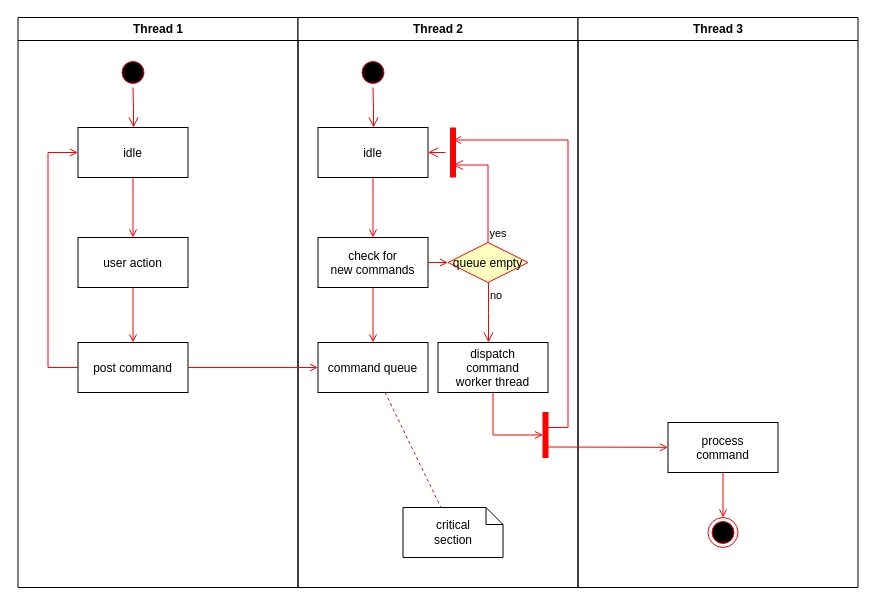
BrennoA/Diagram-de-atividades keeps this draw.io diagram as Diagrama sem nome.drawio. Above is the earlier version. Source tidied: cells renumbered, new cells numbered last; positions are measured from the earlier drawing's top-left corner, leaving out a move shared by most shapes. Both pictures are drawn from the tidied source at 100%, with x=0, y=0 at pixel (17, 17).
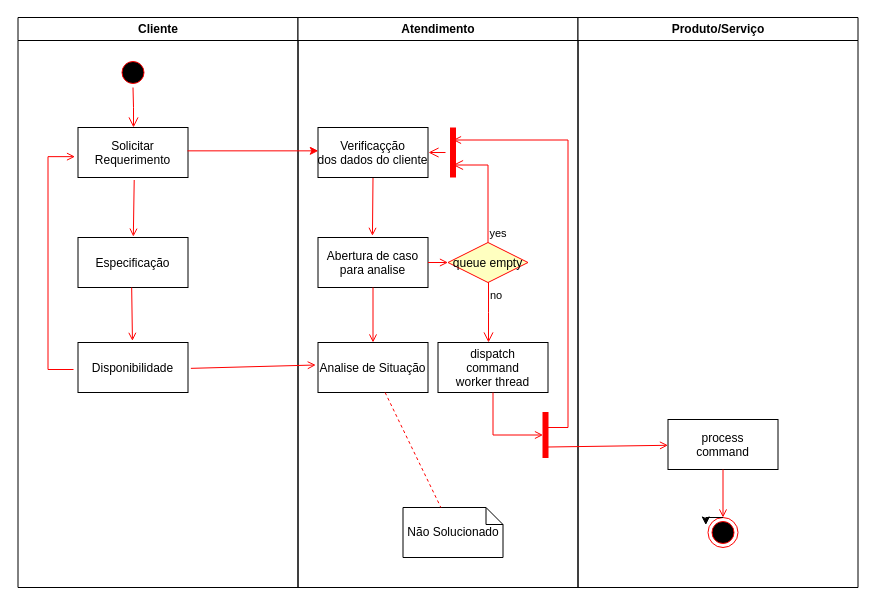
The same diagram, later.

The change refers to these unchanged cells:
```xml
<mxCell id="23" style="shape=line;strokeWidth=6;strokeColor=#ff0000;rotation=90;" parent="11" vertex="1">
  <mxGeometry x="130" y="127.5" width="50" height="15" as="geometry" />
</mxCell>
<mxCell id="34" style="ellipse;shape=endState;fillColor=#000000;strokeColor=#ff0000;" parent="30" vertex="1">
  <mxGeometry x="130" y="500" width="30" height="30" as="geometry" />
</mxCell>
```

The edit, as a diff of the source:
```diff
@@
-    <mxCell id="2" value="Thread 1" style="swimlane;whiteSpace=wrap;" parent="1" vertex="1">
+    <mxCell id="2" value="Cliente" style="swimlane;whiteSpace=wrap;" parent="1" vertex="1">
       <mxGeometry x="0.5" width="280" height="570" as="geometry" />
     </mxCell>
@@
-    <mxCell id="5" value="idle" parent="2" vertex="1">
+    <mxCell id="5" value="Solicitar&#10;Requerimento" parent="2" vertex="1">
       <mxGeometry x="60" y="110" width="110" height="50" as="geometry" />
     </mxCell>
-    <mxCell id="6" value="user action" parent="2" vertex="1">
+    <mxCell id="6" value="Especificação" parent="2" vertex="1">
       <mxGeometry x="60" y="220" width="110" height="50" as="geometry" />
     </mxCell>
-    <mxCell id="7" style="endArrow=open;strokeColor=#FF0000;endFill=1;rounded=0;" parent="2" edge="1" source="5" target="6">
+    <mxCell id="7" style="endArrow=open;strokeColor=#FF0000;endFill=1;rounded=0;entryX=0.503;entryY=-0.017;entryDx=0;entryDy=0;entryPerimeter=0;exitX=0.511;exitY=1.05;exitDx=0;exitDy=0;exitPerimeter=0;" parent="2" edge="1" source="5" target="6">
       <mxGeometry relative="1" as="geometry" />
     </mxCell>
-    <mxCell id="8" value="post command" parent="2" vertex="1">
+    <mxCell id="8" value="Disponibilidade" parent="2" vertex="1">
       <mxGeometry x="60" y="325" width="110" height="50" as="geometry" />
     </mxCell>
-    <mxCell id="9" style="endArrow=open;strokeColor=#FF0000;endFill=1;rounded=0;" parent="2" edge="1" source="6" target="8">
+    <mxCell id="9" style="endArrow=open;strokeColor=#FF0000;endFill=1;rounded=0;entryX=0.495;entryY=-0.033;entryDx=0;entryDy=0;entryPerimeter=0;exitX=0.488;exitY=1;exitDx=0;exitDy=0;exitPerimeter=0;" parent="2" edge="1" source="6" target="8">
       <mxGeometry relative="1" as="geometry" />
     </mxCell>
-    <mxCell id="10" style="edgeStyle=elbowEdgeStyle;elbow=horizontal;strokeColor=#FF0000;endArrow=open;endFill=1;rounded=0;" parent="2" edge="1" source="8" target="5">
+    <mxCell id="10" style="edgeStyle=elbowEdgeStyle;elbow=horizontal;strokeColor=#FF0000;endArrow=open;endFill=1;rounded=0;entryX=-0.027;entryY=0.583;entryDx=0;entryDy=0;entryPerimeter=0;" parent="2" edge="1" target="5">
       <mxGeometry relative="1" as="geometry">
+        <mxPoint x="55.5" y="352" as="sourcePoint" />
         <Array as="points">
           <mxPoint x="30" y="250" />
         </Array>
       </mxGeometry>
     </mxCell>
-    <mxCell id="11" value="Thread 2" style="swimlane;whiteSpace=wrap;" parent="1" vertex="1">
+    <mxCell id="11" value="Atendimento" style="swimlane;whiteSpace=wrap;" parent="1" vertex="1">
       <mxGeometry x="280.5" width="280" height="570" as="geometry" />
     </mxCell>
-    <mxCell id="12" style="ellipse;shape=startState;fillColor=#000000;strokeColor=#ff0000;" parent="11" vertex="1">
-      <mxGeometry x="60" y="40" width="30" height="30" as="geometry" />
-    </mxCell>
-    <mxCell id="13" style="edgeStyle=elbowEdgeStyle;elbow=horizontal;verticalAlign=bottom;endArrow=open;endSize=8;strokeColor=#FF0000;endFill=1;rounded=0;" parent="11" edge="1" source="12" target="14">
-      <mxGeometry x="40" y="20" as="geometry" />
-    </mxCell>
-    <mxCell id="14" value="idle" parent="11" vertex="1">
-      <mxGeometry x="20" y="110" width="110" height="50" as="geometry" />
-    </mxCell>
-    <mxCell id="15" value="check for &#10;new commands" parent="11" vertex="1">
+    <mxCell id="15" value="Abertura de caso&#10;para analise" parent="11" vertex="1">
       <mxGeometry x="20" y="220" width="110" height="50" as="geometry" />
     </mxCell>
-    <mxCell id="16" style="endArrow=open;strokeColor=#FF0000;endFill=1;rounded=0;" parent="11" edge="1" source="14" target="15">
+    <mxCell id="16" style="endArrow=open;strokeColor=#FF0000;endFill=1;rounded=0;exitX=0.5;exitY=1;exitDx=0;exitDy=0;exitPerimeter=0;entryX=0.495;entryY=-0.033;entryDx=0;entryDy=0;entryPerimeter=0;" parent="11" edge="1" source="37" target="15">
       <mxGeometry relative="1" as="geometry" />
     </mxCell>
-    <mxCell id="17" value="command queue" parent="11" vertex="1">
+    <mxCell id="17" value="Analise de Situação" parent="11" vertex="1">
       <mxGeometry x="20" y="325" width="110" height="50" as="geometry" />
     </mxCell>
@@
-    <mxCell id="24" style="edgeStyle=elbowEdgeStyle;elbow=horizontal;verticalAlign=bottom;endArrow=open;endSize=8;strokeColor=#FF0000;endFill=1;rounded=0;" parent="11" edge="1" source="23" target="14">
-      <mxGeometry x="130" y="90" as="geometry" />
+    <mxCell id="24" style="edgeStyle=elbowEdgeStyle;elbow=horizontal;verticalAlign=bottom;endArrow=open;endSize=8;strokeColor=#FF0000;endFill=1;rounded=0;" parent="11" edge="1" source="23">
+      <mxGeometry x="130" y="90" as="geometry">
+        <mxPoint x="130" y="135" as="targetPoint" />
+      </mxGeometry>
     </mxCell>
@@
-    <mxCell id="26" value="critical&#10;section" style="shape=note;whiteSpace=wrap;size=17;" parent="11" vertex="1">
+    <mxCell id="26" value="Não Solucionado" style="shape=note;whiteSpace=wrap;size=17;" parent="11" vertex="1">
       <mxGeometry x="105" y="490" width="100" height="50" as="geometry" />
     </mxCell>
@@
+    <mxCell id="37" value="Verificaçção&#10;dos dados do cliente" style="fillColor=rgb(255, 255, 255);strokeColor=rgb(0, 0, 0);fontColor=rgb(0, 0, 0);" parent="11" vertex="1">
+      <mxGeometry x="20" y="110" width="110" height="50" as="geometry" />
+    </mxCell>
-    <mxCell id="30" value="Thread 3" style="swimlane;whiteSpace=wrap;" parent="1" vertex="1">
+    <mxCell id="30" value="Produto/Serviço" style="swimlane;whiteSpace=wrap;" parent="1" vertex="1">
       <mxGeometry x="560.5" width="280" height="570" as="geometry" />
     </mxCell>
     <mxCell id="31" value="process&#10;command" parent="30" vertex="1">
-      <mxGeometry x="90" y="405" width="110" height="50" as="geometry" />
+      <mxGeometry x="90" y="402" width="110" height="50" as="geometry" />
     </mxCell>
@@
+    <mxCell id="38" style="edgeStyle=orthogonalEdgeStyle;rounded=0;orthogonalLoop=1;jettySize=auto;html=1;exitX=0.5;exitY=0;exitDx=0;exitDy=0;entryX=-0.072;entryY=0.25;entryDx=0;entryDy=0;entryPerimeter=0;" parent="30" edge="1" source="34" target="34">
+      <mxGeometry relative="1" as="geometry" />
+    </mxCell>
-    <mxCell id="36" style="endArrow=open;strokeColor=#FF0000;endFill=1;rounded=0;" parent="1" edge="1" source="8" target="17">
+    <mxCell id="36" style="endArrow=open;strokeColor=#FF0000;endFill=1;rounded=0;entryX=-0.02;entryY=0.45;entryDx=0;entryDy=0;entryPerimeter=0;exitX=1.026;exitY=0.517;exitDx=0;exitDy=0;exitPerimeter=0;" parent="1" edge="1" source="8" target="17">
       <mxGeometry relative="1" as="geometry" />
     </mxCell>
+    <mxCell id="39" style="edgeStyle=orthogonalEdgeStyle;rounded=0;jettySize=auto;html=1;entryX=0.003;entryY=0.467;entryDx=0;entryDy=0;entryPerimeter=0;fontColor=#FF3333;labelBackgroundColor=#FF0000;labelBorderColor=#FF0000;verticalAlign=middle;exitX=0.995;exitY=0.467;exitDx=0;exitDy=0;exitPerimeter=0;strokeColor=#FF0000;" parent="1" edge="1" source="5" target="37">
+      <mxGeometry relative="1" as="geometry" />
+    </mxCell>
```
